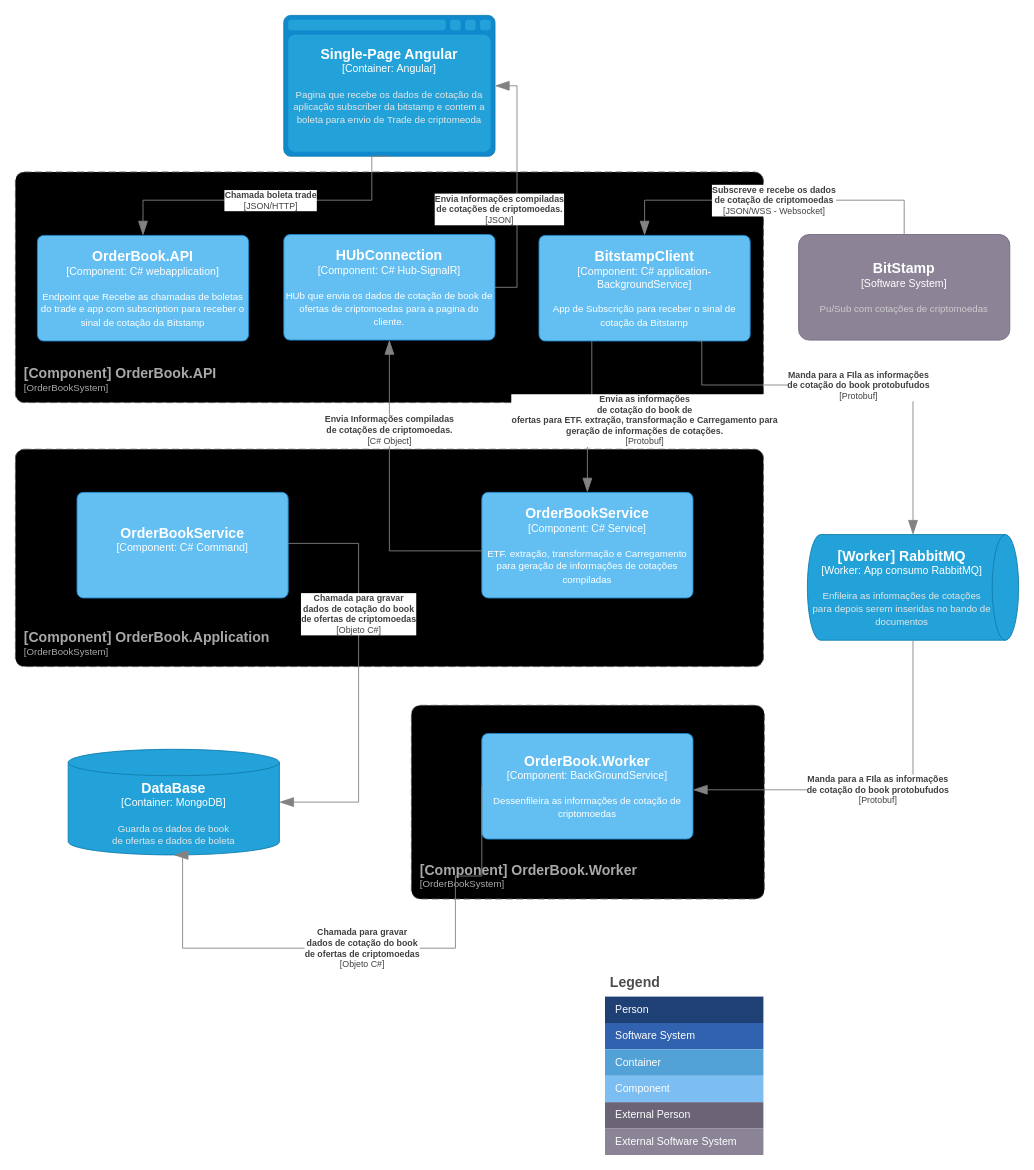
bvarandas/ChallengeDigitas keeps this draw.io diagram as docs/OrderBookSystem-Component.drawio. Above is the earlier version. Source tidied: cells renumbered, new cells numbered last; positions are measured from the earlier drawing's top-left corner, leaving out a move shared by most shapes. Both pictures are drawn from the tidied source at 88%, with x=0, y=0 at pixel (15, 15).
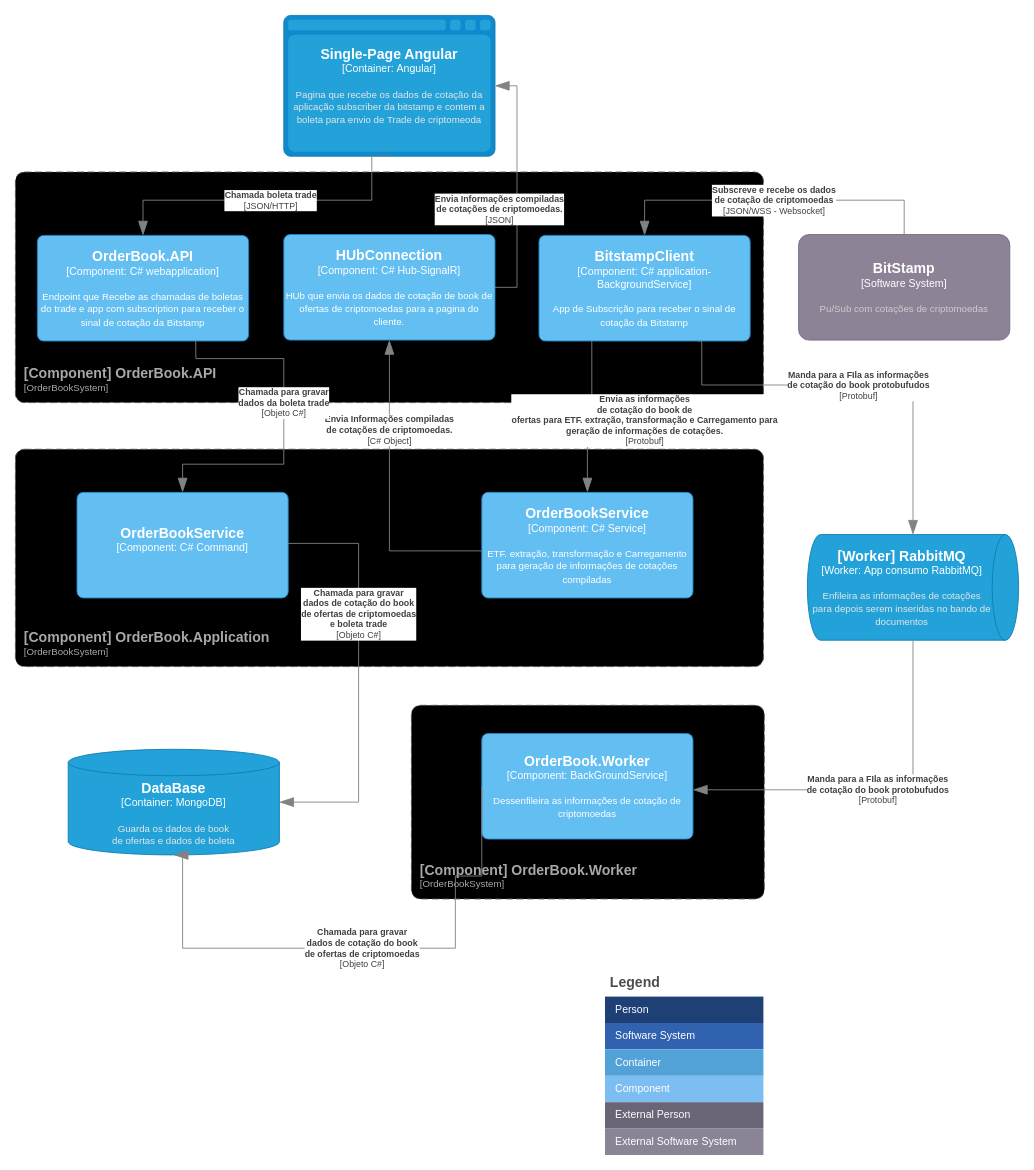
Above is the later version.

The change refers to these unchanged cells:
```xml
<object id="6" label="&lt;font style=&quot;font-size: 16px&quot;&gt;&lt;b&gt;%c4Type%&lt;/b&gt;&lt;/font&gt;&lt;div&gt;[%c4Container%:&amp;nbsp;%c4Technology%]&lt;/div&gt;&lt;br&gt;&lt;div&gt;&lt;font style=&quot;font-size: 11px&quot;&gt;&lt;font color=&quot;#E6E6E6&quot;&gt;%c4Description%&lt;/font&gt;&lt;/div&gt;" c4Container="Container" c4Description="Guarda os dados de book &#10;de ofertas e dados de boleta" c4Technology="MongoDB" c4Type="DataBase" placeholders="1">
  <mxCell style="shape=cylinder3;size=15;whiteSpace=wrap;html=1;boundedLbl=1;rounded=0;labelBackgroundColor=none;fillColor=#23A2D9;fontSize=12;fontColor=#ffffff;align=center;strokeColor=#0E7DAD;points=[[0.5,0,0],[1,0.25,0],[1,0.5,0],[1,0.75,0],[0.5,1,0],[0,0.75,0],[0,0.5,0],[0,0.25,0]];" parent="1" vertex="1">
    <mxGeometry x="60" y="834" width="240" height="120" as="geometry" />
  </mxCell>
</object>
<object id="22" label="&lt;font style=&quot;font-size: 16px&quot;&gt;&lt;b&gt;%c4Name%&lt;/b&gt;&lt;/font&gt;&lt;div&gt;[%c4Type%: %c4Technology%]&lt;/div&gt;&lt;br&gt;&lt;div&gt;&lt;font style=&quot;font-size: 11px&quot;&gt;%c4Description%&lt;/font&gt;&lt;/div&gt;" c4Description="Endpoint que Recebe as chamadas de boletas do trade e app com subscription para receber o sinal de cotação da Bitstamp" c4Name="OrderBook.API" c4Technology="C# webapplication" c4Type="Component" placeholders="1">
  <mxCell style="rounded=1;whiteSpace=wrap;html=1;labelBackgroundColor=none;fillColor=#63BEF2;fontColor=#ffffff;align=center;arcSize=6;strokeColor=#2086C9;points=[[0.25,0,0],[0.5,0,0],[0.75,0,0],[1,0.25,0],[1,0.5,0],[1,0.75,0],[0.75,1,0],[0.5,1,0],[0.25,1,0],[0,0.75,0],[0,0.5,0],[0,0.25,0]];" parent="1" vertex="1">
    <mxGeometry x="25" y="250" width="240" height="120" as="geometry" />
  </mxCell>
</object>
<object id="28" label="&lt;font style=&quot;font-size: 16px&quot;&gt;&lt;b&gt;%c4Name%&lt;/b&gt;&lt;/font&gt;&lt;div&gt;[%c4Type%: %c4Technology%]&lt;/div&gt;&lt;br&gt;&lt;div&gt;&lt;font style=&quot;font-size: 11px&quot;&gt;%c4Description%&lt;/font&gt;&lt;/div&gt;" c4Description="" c4Name="OrderBookService" c4Technology="C# Command" c4Type="Component" placeholders="1">
  <mxCell style="rounded=1;whiteSpace=wrap;html=1;labelBackgroundColor=none;fillColor=#63BEF2;fontColor=#ffffff;align=center;arcSize=6;strokeColor=#2086C9;points=[[0.25,0,0],[0.5,0,0],[0.75,0,0],[1,0.25,0],[1,0.5,0],[1,0.75,0],[0.75,1,0],[0.5,1,0],[0.25,1,0],[0,0.75,0],[0,0.5,0],[0,0.25,0]];" parent="1" vertex="1">
    <mxGeometry x="70" y="542" width="240" height="120" as="geometry" />
  </mxCell>
</object>
```

What changed in the source:
```diff
@@
-    <object id="31" label="&lt;div style=&quot;text-align: left&quot;&gt;&lt;div style=&quot;text-align: center&quot;&gt;&lt;b&gt;%c4Description%&lt;/b&gt;&lt;/div&gt;&lt;div style=&quot;text-align: center&quot;&gt;[%c4Technology%]&lt;/div&gt;&lt;/div&gt;" c4Description="Chamada para gravar&#10;dados de cotação do book &#10;de ofertas de criptomoedas" c4Technology="Objeto C#" placeholders="1">
+    <object id="31" label="&lt;div style=&quot;text-align: left&quot;&gt;&lt;div style=&quot;text-align: center&quot;&gt;&lt;b&gt;%c4Description%&lt;/b&gt;&lt;/div&gt;&lt;div style=&quot;text-align: center&quot;&gt;[%c4Technology%]&lt;/div&gt;&lt;/div&gt;" c4Description="Chamada para gravar&#10;dados de cotação do book &#10;de ofertas de criptomoedas &#10;e boleta trade" c4Technology="Objeto C#" placeholders="1">
       <mxCell style="endArrow=blockThin;html=1;fontSize=10;fontColor=#404040;strokeWidth=1;endFill=1;strokeColor=#828282;elbow=vertical;endSize=14;startSize=14;jumpStyle=arc;jumpSize=16;rounded=0;edgeStyle=orthogonalEdgeStyle;" parent="1" edge="1" target="6">
         <mxGeometry x="-0.31" relative="1" as="geometry">
           <mxPoint x="310" y="600" as="sourcePoint" />
           <Array as="points">
             <mxPoint x="390" y="600" />
             <mxPoint x="390" y="894" />
           </Array>
         </mxGeometry>
       </mxCell>
     </object>
@@
+    <object id="37" label="&lt;div style=&quot;text-align: left&quot;&gt;&lt;div style=&quot;text-align: center&quot;&gt;&lt;b&gt;%c4Description%&lt;/b&gt;&lt;/div&gt;&lt;div style=&quot;text-align: center&quot;&gt;[%c4Technology%]&lt;/div&gt;&lt;/div&gt;" c4Description="Chamada para gravar&#10;dados da boleta trade" c4Technology="Objeto C#" placeholders="1">
+      <mxCell style="endArrow=blockThin;html=1;fontSize=10;fontColor=#404040;strokeWidth=1;endFill=1;strokeColor=#828282;elbow=vertical;endSize=14;startSize=14;jumpStyle=arc;jumpSize=16;rounded=0;edgeStyle=orthogonalEdgeStyle;entryX=0.5;entryY=0;entryDx=0;entryDy=0;entryPerimeter=0;exitX=0.75;exitY=1;exitDx=0;exitDy=0;exitPerimeter=0;" parent="1" edge="1" source="22" target="28">
+        <mxGeometry x="-0.12" relative="1" as="geometry">
+          <Array as="points">
+            <mxPoint x="205" y="390" />
+            <mxPoint x="305" y="390" />
+            <mxPoint x="305" y="510" />
+            <mxPoint x="190" y="510" />
+          </Array>
+        </mxGeometry>
+      </mxCell>
+    </object>
```
